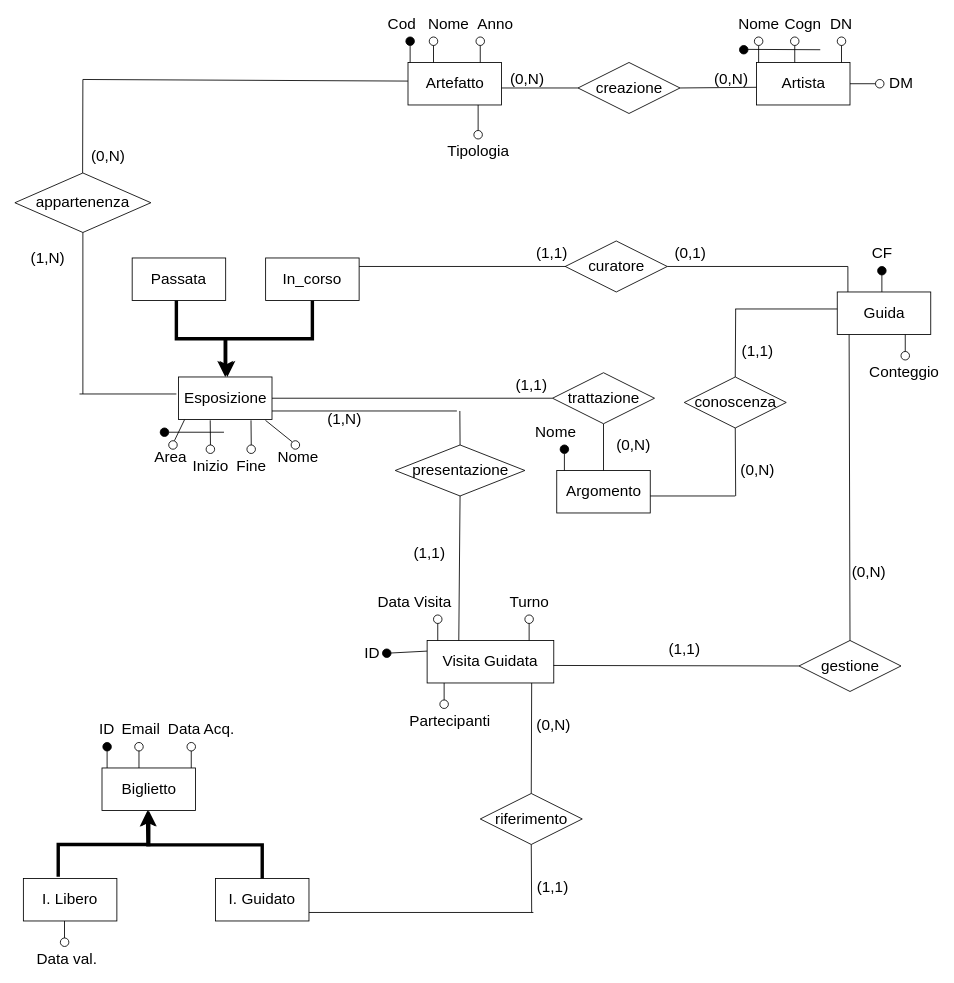
This is ER_v3.drawio from Chris-Libra-Unipd/ProgettoBasi, a draw.io file, before an edit. Source tidied: cells renumbered, new cells numbered last; positions are measured from the earlier drawing's top-left corner, leaving out a move shared by most shapes. Both pictures are drawn from the tidied source at 85%, with x=0, y=0 at pixel (14, 20).
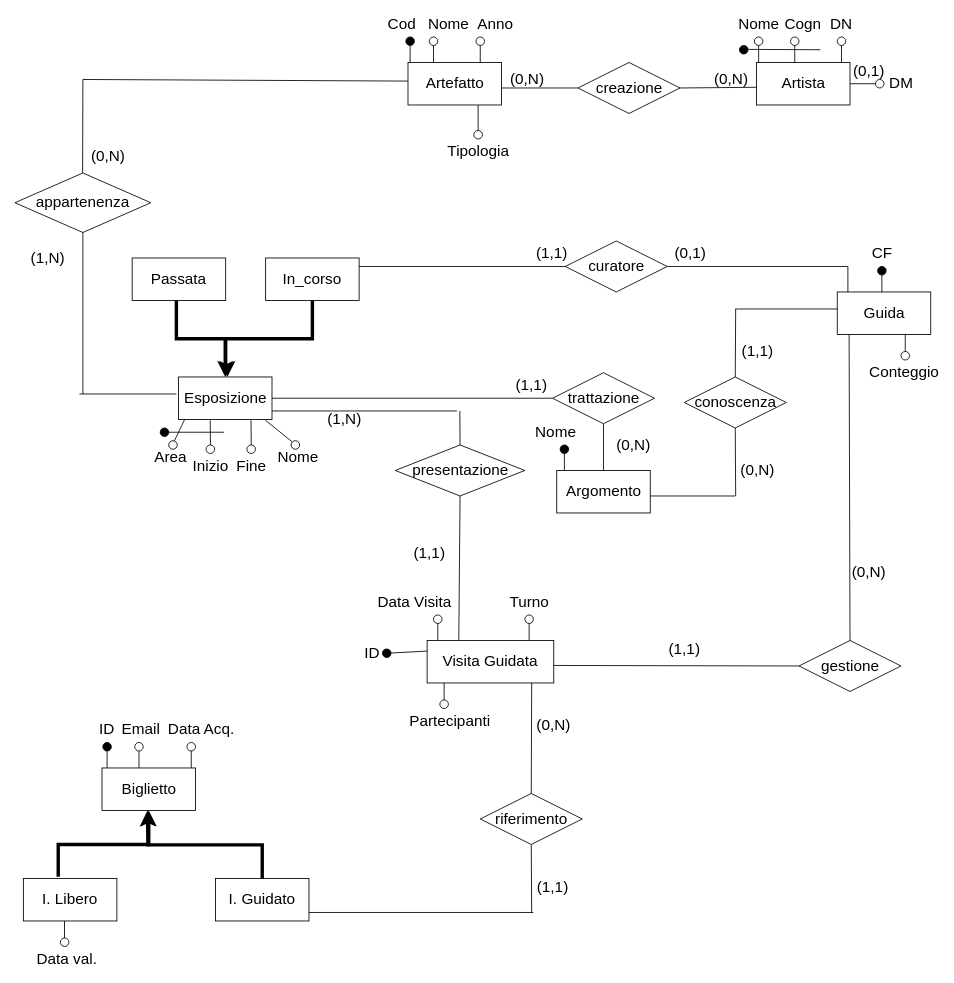
The same page after the edit.

Change to the diagram source:
```diff
@@
+    <mxCell id="143" value="&lt;font style=&quot;font-size: 18px;&quot;&gt;(0,1)&lt;/font&gt;" style="text;html=1;align=center;verticalAlign=middle;whiteSpace=wrap;rounded=0;" parent="1" vertex="1">
+      <mxGeometry x="985" y="50" width="40" height="20" as="geometry" />
+    </mxCell>
```
